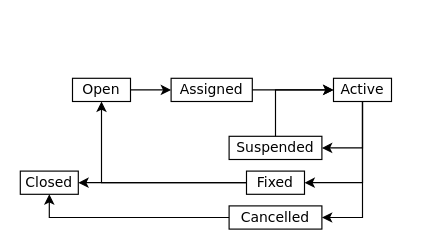
Before: figures/teams/lifecycle.drawio in merely-useful/py-rse, a draw.io diagram. Source tidied: cells renumbered, new cells numbered last; positions are measured from the earlier drawing's top-left corner, leaving out a move shared by most shapes. Both pictures are drawn from the tidied source at 116%, with x=0, y=0 at pixel (20, 78).
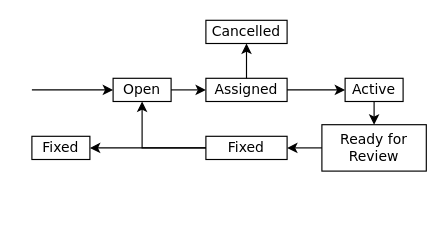
After the change.

Commit message (it also covers changes not shown here):
Updating workflow diagrams in teams

Change to the diagram source:
```diff
@@
 <mxGraphModel background="#ffffff">
   <root>
     <mxCell id="0" />
     <mxCell id="1" parent="0" />
     <mxCell id="2" style="edgeStyle=none;rounded=0;html=1;exitX=1;exitY=0.5;entryX=0;entryY=0.5;shadow=0;startArrow=none;startFill=0;endArrow=classic;endFill=1;jettySize=auto;strokeColor=#000000;strokeWidth=1;fontFamily=Verdana;fontSize=12;align=center;" parent="1" edge="1" source="3" target="5">
       <mxGeometry relative="1" as="geometry" />
     </mxCell>
     <mxCell id="3" value="Open" style="rounded=0;whiteSpace=wrap;html=1;shadow=0;comic=0;strokeWidth=1;fillColor=none;fontFamily=Verdana;fontSize=12;align=center;" parent="1" vertex="1">
-      <mxGeometry x="45" width="50" height="20" as="geometry" />
+      <mxGeometry x="80" width="50" height="20" as="geometry" />
     </mxCell>
     <mxCell id="4" style="edgeStyle=none;rounded=0;html=1;exitX=1;exitY=0.5;entryX=0;entryY=0.5;shadow=0;startArrow=none;startFill=0;endArrow=classic;endFill=1;jettySize=auto;strokeColor=#000000;strokeWidth=1;fontFamily=Verdana;fontSize=12;align=center;" parent="1" edge="1" source="5" target="9">
       <mxGeometry relative="1" as="geometry" />
     </mxCell>
     <mxCell id="5" value="Assigned" style="rounded=0;whiteSpace=wrap;html=1;shadow=0;comic=0;strokeWidth=1;fillColor=none;fontFamily=Verdana;fontSize=12;align=center;" parent="1" vertex="1">
-      <mxGeometry x="130" width="70" height="20" as="geometry" />
+      <mxGeometry x="160" width="70" height="20" as="geometry" />
     </mxCell>
-    <mxCell id="6" style="edgeStyle=orthogonalEdgeStyle;rounded=0;html=1;exitX=0.5;exitY=1;entryX=1;entryY=0.5;shadow=0;startArrow=none;startFill=0;endArrow=classic;endFill=1;jettySize=auto;strokeColor=#000000;strokeWidth=1;fontFamily=Verdana;fontSize=12;align=center;" parent="1" edge="1" source="9" target="11">
-      <mxGeometry relative="1" as="geometry" />
-    </mxCell>
-    <mxCell id="7" style="edgeStyle=orthogonalEdgeStyle;rounded=0;html=1;exitX=0.5;exitY=1;entryX=1;entryY=0.5;shadow=0;startArrow=none;startFill=0;endArrow=classic;endFill=1;jettySize=auto;strokeColor=#000000;strokeWidth=1;fontFamily=Verdana;fontSize=12;align=center;" parent="1" edge="1" source="9" target="13">
+    <mxCell id="7" style="edgeStyle=orthogonalEdgeStyle;rounded=0;html=1;exitX=0.5;exitY=0;entryX=0.5;entryY=1;shadow=0;startArrow=none;startFill=0;endArrow=classic;endFill=1;jettySize=auto;strokeColor=#000000;strokeWidth=1;fontFamily=Verdana;fontSize=12;align=center;entryDx=0;entryDy=0;exitDx=0;exitDy=0;" parent="1" edge="1" source="5" target="13">
       <mxGeometry relative="1" as="geometry" />
     </mxCell>
-    <mxCell id="8" style="edgeStyle=orthogonalEdgeStyle;rounded=0;html=1;exitX=0.5;exitY=1;entryX=1;entryY=0.5;shadow=0;startArrow=none;startFill=0;endArrow=classic;endFill=1;jettySize=auto;strokeColor=#000000;strokeWidth=1;fontFamily=Verdana;fontSize=12;align=center;" parent="1" edge="1" source="9" target="16">
+    <mxCell id="8" style="edgeStyle=orthogonalEdgeStyle;rounded=0;html=1;exitX=0;exitY=0.5;entryX=1;entryY=0.5;shadow=0;startArrow=none;startFill=0;endArrow=classic;endFill=1;jettySize=auto;strokeColor=#000000;strokeWidth=1;fontFamily=Verdana;fontSize=12;align=center;exitDx=0;exitDy=0;" parent="1" edge="1" source="18" target="16">
       <mxGeometry relative="1" as="geometry" />
     </mxCell>
     <mxCell id="9" value="Active" style="rounded=0;whiteSpace=wrap;html=1;shadow=0;comic=0;strokeWidth=1;fillColor=none;fontFamily=Verdana;fontSize=12;align=center;" parent="1" vertex="1">
-      <mxGeometry x="270" width="50" height="20" as="geometry" />
+      <mxGeometry x="280" width="50" height="20" as="geometry" />
     </mxCell>
-    <mxCell id="10" style="edgeStyle=orthogonalEdgeStyle;rounded=0;html=1;exitX=0.5;exitY=0;entryX=0;entryY=0.5;shadow=0;startArrow=none;startFill=0;endArrow=classic;endFill=1;jettySize=auto;strokeColor=#000000;strokeWidth=1;fontFamily=Verdana;fontSize=12;align=center;" parent="1" edge="1" source="11" target="9">
-      <mxGeometry relative="1" as="geometry" />
-    </mxCell>
-    <mxCell id="11" value="Suspended" style="rounded=0;whiteSpace=wrap;html=1;shadow=0;comic=0;strokeWidth=1;fillColor=none;fontFamily=Verdana;fontSize=12;align=center;" parent="1" vertex="1">
-      <mxGeometry x="180" y="50" width="80" height="20" as="geometry" />
-    </mxCell>
-    <mxCell id="12" style="edgeStyle=orthogonalEdgeStyle;rounded=0;html=1;exitX=0;exitY=0.5;entryX=0.5;entryY=1;shadow=0;startArrow=none;startFill=0;endArrow=classic;endFill=1;jettySize=auto;strokeColor=#000000;strokeWidth=1;fontFamily=Verdana;fontSize=12;align=center;" parent="1" edge="1" source="13" target="17">
-      <mxGeometry relative="1" as="geometry" />
-    </mxCell>
     <mxCell id="13" value="Cancelled" style="rounded=0;whiteSpace=wrap;html=1;shadow=0;comic=0;strokeWidth=1;fillColor=none;fontFamily=Verdana;fontSize=12;align=center;" parent="1" vertex="1">
-      <mxGeometry x="180" y="110" width="80" height="20" as="geometry" />
+      <mxGeometry x="160" y="-50" width="70" height="20" as="geometry" />
     </mxCell>
     <mxCell id="14" style="edgeStyle=orthogonalEdgeStyle;rounded=0;html=1;exitX=0;exitY=0.5;entryX=1;entryY=0.5;shadow=0;startArrow=none;startFill=0;endArrow=classic;endFill=1;jettySize=auto;strokeColor=#000000;strokeWidth=1;fontFamily=Verdana;fontSize=12;align=center;" parent="1" edge="1" source="16" target="17">
       <mxGeometry relative="1" as="geometry" />
     </mxCell>
     <mxCell id="15" style="edgeStyle=orthogonalEdgeStyle;rounded=0;html=1;exitX=0;exitY=0.5;entryX=0.5;entryY=1;shadow=0;startArrow=none;startFill=0;endArrow=classic;endFill=1;jettySize=auto;strokeColor=#000000;strokeWidth=1;fontFamily=Verdana;fontSize=12;align=center;" parent="1" edge="1" source="16" target="3">
       <mxGeometry relative="1" as="geometry" />
     </mxCell>
     <mxCell id="16" value="Fixed" style="rounded=0;whiteSpace=wrap;html=1;shadow=0;comic=0;strokeWidth=1;fillColor=none;fontFamily=Verdana;fontSize=12;align=center;" parent="1" vertex="1">
-      <mxGeometry x="195" y="80" width="50" height="20" as="geometry" />
+      <mxGeometry x="160" y="50" width="70" height="20" as="geometry" />
     </mxCell>
-    <mxCell id="17" value="Closed" style="rounded=0;whiteSpace=wrap;html=1;shadow=0;comic=0;strokeWidth=1;fillColor=none;fontFamily=Verdana;fontSize=12;align=center;" parent="1" vertex="1">
-      <mxGeometry y="80" width="50" height="20" as="geometry" />
+    <mxCell id="17" value="Fixed" style="rounded=0;whiteSpace=wrap;html=1;shadow=0;comic=0;strokeWidth=1;fillColor=none;fontFamily=Verdana;fontSize=12;align=center;" parent="1" vertex="1">
+      <mxGeometry x="10" y="50" width="50" height="20" as="geometry" />
     </mxCell>
+    <mxCell id="18" value="Ready for&lt;br&gt;Review" style="rounded=0;whiteSpace=wrap;html=1;shadow=0;comic=0;strokeWidth=1;fillColor=none;fontFamily=Verdana;fontSize=12;align=center;" parent="1" vertex="1">
+      <mxGeometry x="260" y="40" width="90" height="40" as="geometry" />
+    </mxCell>
+    <mxCell id="19" style="endArrow=classic;html=1;entryX=0;entryY=0.5;entryDx=0;entryDy=0;" parent="1" edge="1" target="3">
+      <mxGeometry relative="1" as="geometry">
+        <mxPoint x="10" y="10" as="sourcePoint" />
+      </mxGeometry>
+    </mxCell>
+    <mxCell id="20" style="endArrow=classic;html=1;exitX=0.5;exitY=1;exitDx=0;exitDy=0;entryX=0.5;entryY=0;entryDx=0;entryDy=0;" parent="1" edge="1" source="9" target="18">
+      <mxGeometry relative="1" as="geometry" />
+    </mxCell>
   </root>
 </mxGraphModel>
```
